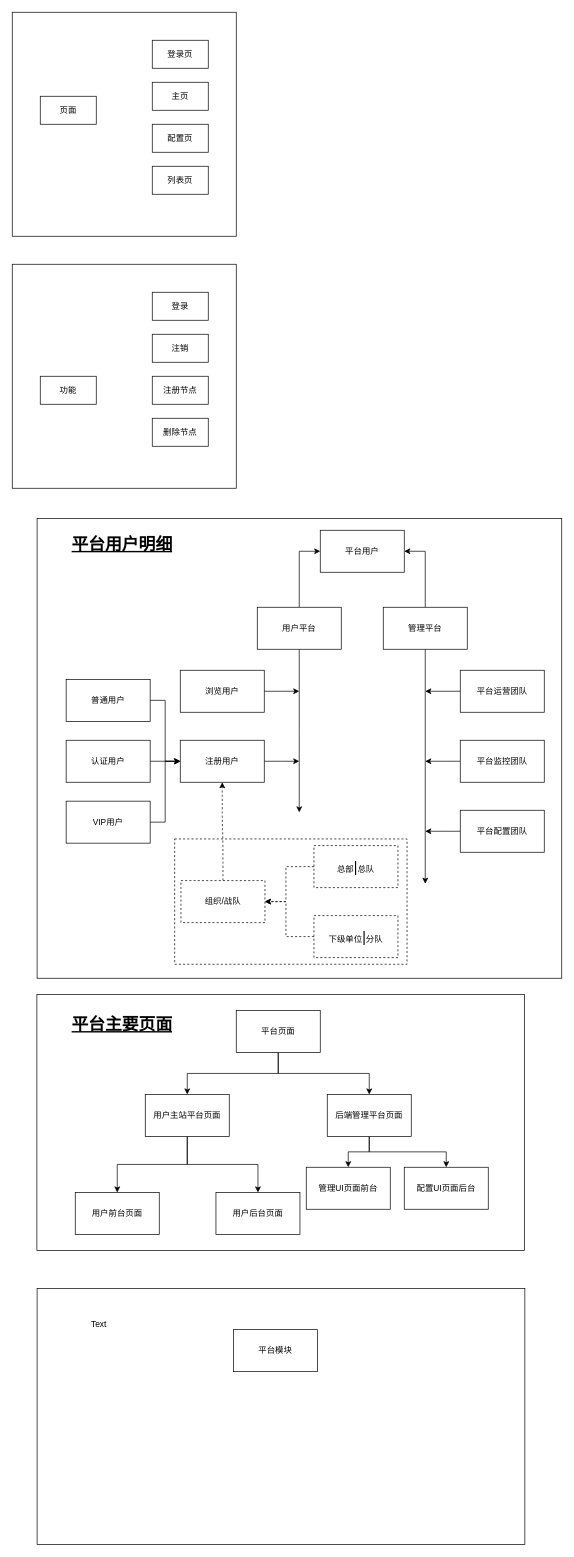
Yaoisss/Harmbook-Project-Docments keeps this draw.io diagram as v0.1/v0.1.drawio. Above is the earlier version. Source tidied: cells renumbered, new cells numbered last; positions are measured from the earlier drawing's top-left corner, leaving out a move shared by most shapes. Both pictures are drawn from the tidied source at 70%, with x=0, y=0 at pixel (12, 12).
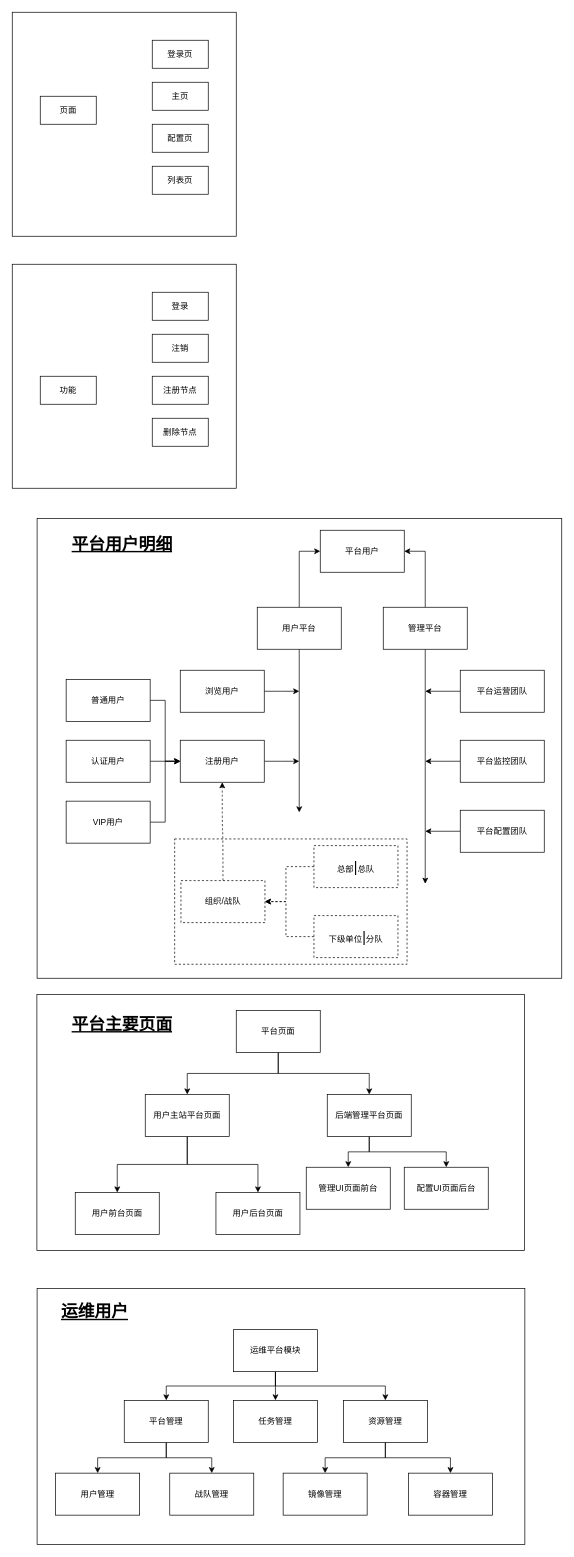
The same page after the edit.

Diff of the diagram source:
```diff
@@
+    <mxCell id="62" style="rounded=0;whiteSpace=wrap;html=1;fillColor=none;" parent="1" vertex="1">
+      <mxGeometry x="35.5" y="1823" width="696.8" height="366" as="geometry" />
+    </mxCell>
@@
+    <mxCell id="64" style="edgeStyle=orthogonalEdgeStyle;rounded=0;jettySize=auto;html=1;exitX=0.5;exitY=1;exitDx=0;exitDy=0;entryX=0.5;entryY=0;entryDx=0;entryDy=0;" parent="1" edge="1" source="61" target="71">
+      <mxGeometry relative="1" as="geometry" />
+    </mxCell>
+    <mxCell id="65" style="edgeStyle=orthogonalEdgeStyle;rounded=0;jettySize=auto;html=1;exitX=0.5;exitY=1;exitDx=0;exitDy=0;entryX=0.5;entryY=0;entryDx=0;entryDy=0;" parent="1" edge="1" source="61" target="72">
+      <mxGeometry relative="1" as="geometry" />
+    </mxCell>
+    <mxCell id="66" style="edgeStyle=orthogonalEdgeStyle;rounded=0;jettySize=auto;html=1;exitX=0.5;exitY=1;exitDx=0;exitDy=0;" parent="1" edge="1" source="61" target="77">
+      <mxGeometry relative="1" as="geometry" />
+    </mxCell>
-    <mxCell id="61" value="平台模块" style="rounded=0;whiteSpace=wrap;html=1;" parent="1" vertex="1">
+    <mxCell id="61" value="运维平台模块" style="rounded=0;whiteSpace=wrap;html=1;" parent="1" vertex="1">
       <mxGeometry x="316" y="1882" width="120" height="60" as="geometry" />
     </mxCell>
-    <mxCell id="62" style="rounded=0;whiteSpace=wrap;html=1;fillColor=none;" parent="1" vertex="1">
-      <mxGeometry x="35.5" y="1823" width="696.8" height="366" as="geometry" />
-    </mxCell>
-    <mxCell id="63" value="Text" style="text;html=1;strokeColor=none;fillColor=none;align=center;verticalAlign=middle;whiteSpace=wrap;rounded=0;" parent="1" vertex="1">
-      <mxGeometry x="94" y="1860" width="60" height="30" as="geometry" />
-    </mxCell>
+    <mxCell id="67" value="&lt;h1&gt;运维用户&lt;/h1&gt;" style="text;html=1;strokeColor=none;fillColor=none;spacing=5;spacingTop=-20;whiteSpace=wrap;overflow=hidden;rounded=0;fontStyle=4;verticalAlign=top;spacingBottom=-1;" parent="1" vertex="1">
+      <mxGeometry x="65" y="1837" width="190" height="120" as="geometry" />
+    </mxCell>
+    <mxCell id="68" value="用户管理" style="rounded=0;whiteSpace=wrap;html=1;" parent="1" vertex="1">
+      <mxGeometry x="62" y="2087" width="120" height="60" as="geometry" />
+    </mxCell>
+    <mxCell id="69" style="edgeStyle=orthogonalEdgeStyle;rounded=0;jettySize=auto;html=1;exitX=0.5;exitY=1;exitDx=0;exitDy=0;entryX=0.5;entryY=0;entryDx=0;entryDy=0;" parent="1" edge="1" source="71" target="74">
+      <mxGeometry relative="1" as="geometry" />
+    </mxCell>
+    <mxCell id="70" style="edgeStyle=orthogonalEdgeStyle;rounded=0;jettySize=auto;html=1;exitX=0.5;exitY=1;exitDx=0;exitDy=0;entryX=0.5;entryY=0;entryDx=0;entryDy=0;" parent="1" edge="1" source="71" target="73">
+      <mxGeometry relative="1" as="geometry" />
+    </mxCell>
+    <mxCell id="71" value="资源管理" style="rounded=0;whiteSpace=wrap;html=1;" parent="1" vertex="1">
+      <mxGeometry x="473" y="1983" width="120" height="60" as="geometry" />
+    </mxCell>
+    <mxCell id="72" value="任务管理" style="rounded=0;whiteSpace=wrap;html=1;" parent="1" vertex="1">
+      <mxGeometry x="316" y="1983" width="120" height="60" as="geometry" />
+    </mxCell>
+    <mxCell id="73" value="容器管理" style="rounded=0;whiteSpace=wrap;html=1;" parent="1" vertex="1">
+      <mxGeometry x="566" y="2087" width="120" height="60" as="geometry" />
+    </mxCell>
+    <mxCell id="74" value="镜像管理" style="rounded=0;whiteSpace=wrap;html=1;" parent="1" vertex="1">
+      <mxGeometry x="387" y="2087" width="120" height="60" as="geometry" />
+    </mxCell>
+    <mxCell id="75" style="edgeStyle=orthogonalEdgeStyle;rounded=0;jettySize=auto;html=1;exitX=0.5;exitY=1;exitDx=0;exitDy=0;entryX=0.5;entryY=0;entryDx=0;entryDy=0;" parent="1" edge="1" source="77" target="68">
+      <mxGeometry relative="1" as="geometry" />
+    </mxCell>
+    <mxCell id="76" style="edgeStyle=orthogonalEdgeStyle;rounded=0;jettySize=auto;html=1;exitX=0.5;exitY=1;exitDx=0;exitDy=0;entryX=0.5;entryY=0;entryDx=0;entryDy=0;" parent="1" edge="1" source="77" target="78">
+      <mxGeometry relative="1" as="geometry" />
+    </mxCell>
+    <mxCell id="77" value="平台管理" style="rounded=0;whiteSpace=wrap;html=1;" parent="1" vertex="1">
+      <mxGeometry x="160" y="1983" width="120" height="60" as="geometry" />
+    </mxCell>
+    <mxCell id="78" value="战队管理" style="rounded=0;whiteSpace=wrap;html=1;" parent="1" vertex="1">
+      <mxGeometry x="225" y="2087" width="120" height="60" as="geometry" />
+    </mxCell>
```
